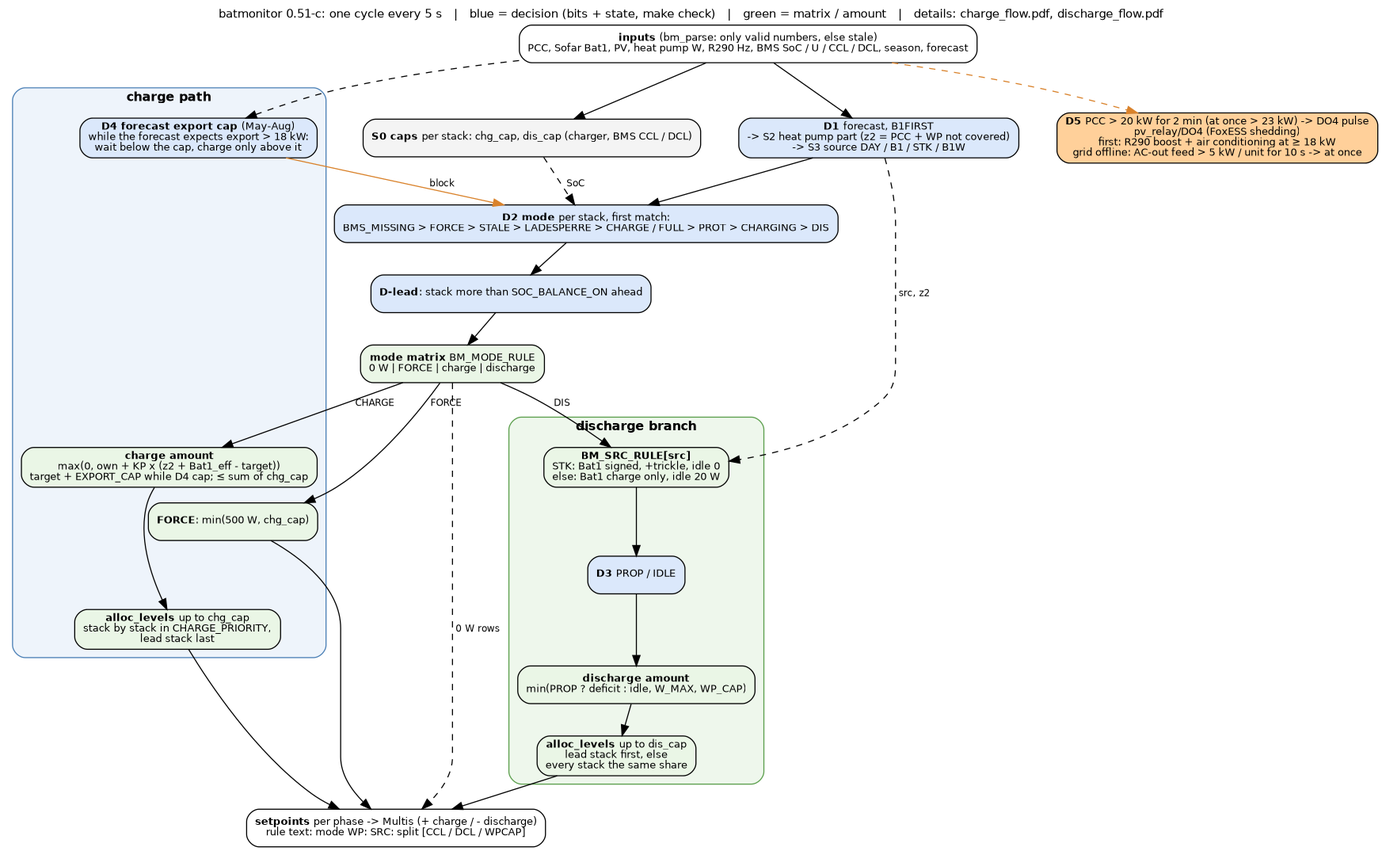
This is docs/control_flow.png from gerontec/victron, a Graphviz export, as it was before one commit. Its source is kept beside it as docs/control_flow.dot.
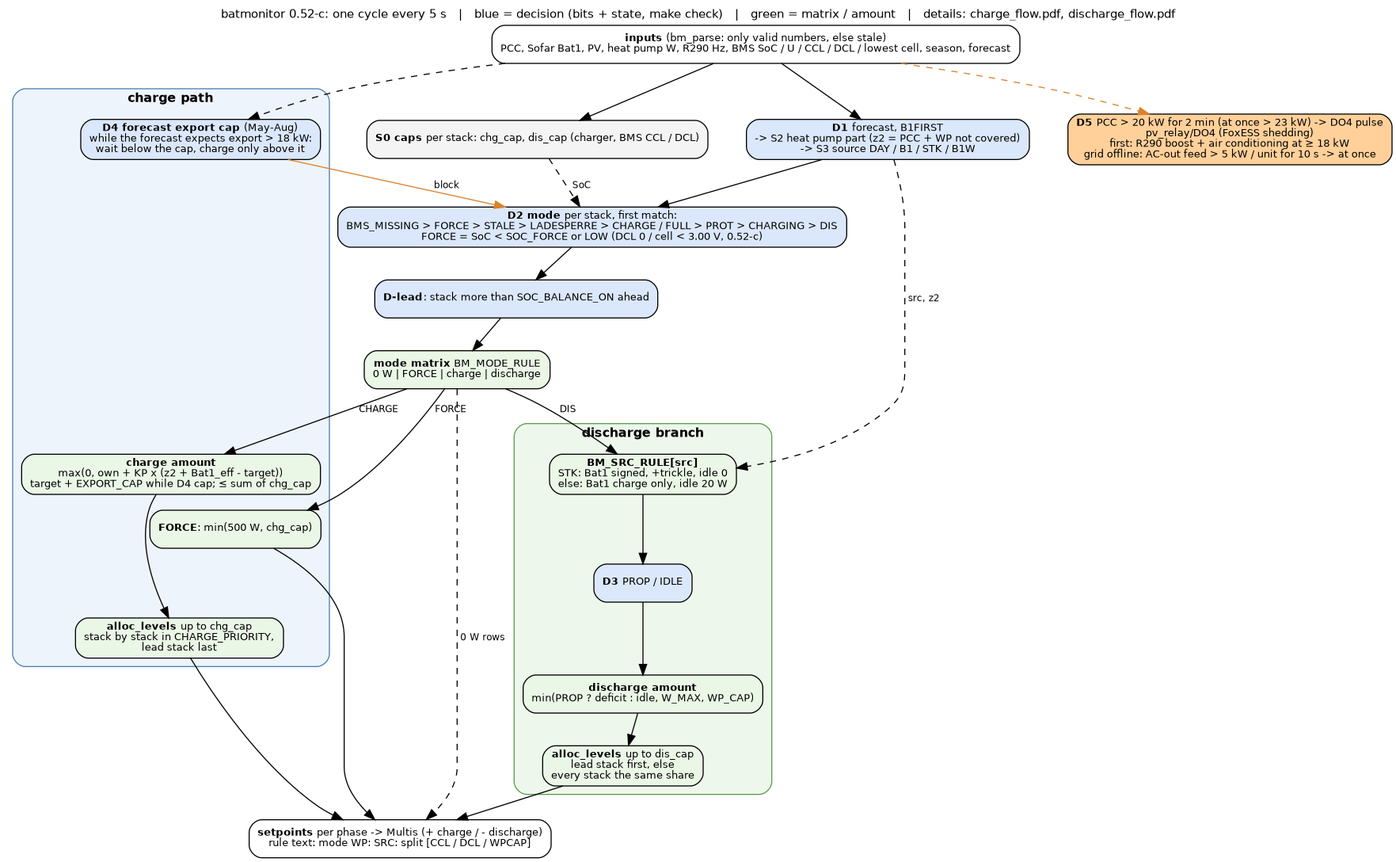
Above is the later version.

Commit message:
docs: flow charts for batmonitor 0.52-c - lowest cell input, D2 state low, FORCE = SoC force or LOW (DCL 0 / cell < 3.00 V, release DCL back and cell >= 3.25 V)

Diff of the diagram source:
```diff
@@ -1,14 +1,14 @@
 digraph control {
 	graph [rankdir=TB, fontname="Helvetica", fontsize=11, nodesep=0.5, ranksep=0.4, newrank=true,
-		   label="batmonitor 0.51-c: one cycle every 5 s   |   blue = decision (bits + state, make check)   |   green = matrix / amount   |   details: charge_flow.pdf, discharge_flow.pdf",
+		   label="batmonitor 0.52-c: one cycle every 5 s   |   blue = decision (bits + state, make check)   |   green = matrix / amount   |   details: charge_flow.pdf, discharge_flow.pdf",
 		   labelloc=t];
 	node [shape=box, style="rounded,filled", fillcolor="#f4f4f4", fontname="Helvetica", fontsize=10];
 	edge [fontname="Helvetica", fontsize=9];
 
-	in [label=<<b>inputs</b> (bm_parse: only valid numbers, else stale)<br/>PCC, Sofar Bat1, PV, heat pump W, R290 Hz, BMS SoC / U / CCL / DCL, season, forecast>, fillcolor="#ffffff"];
+	in [label=<<b>inputs</b> (bm_parse: only valid numbers, else stale)<br/>PCC, Sofar Bat1, PV, heat pump W, R290 Hz, BMS SoC / U / CCL / DCL / lowest cell, season, forecast>, fillcolor="#ffffff"];
 	d1 [label=<<b>D1</b> forecast, B1FIRST<br/>-&gt; S2 heat pump part (z2 = PCC + WP not covered)<br/>-&gt; S3 source DAY / B1 / STK / B1W>, fillcolor="#dbe8fb"];
 	gates [label=<<b>S0 caps</b> per stack: chg_cap, dis_cap (charger, BMS CCL / DCL)>];
-	d2 [label=<<b>D2 mode</b> per stack, first match:<br/>BMS_MISSING &gt; FORCE &gt; STALE &gt; LADESPERRE &gt; CHARGE / FULL &gt; PROT &gt; CHARGING &gt; DIS>, fillcolor="#dbe8fb"];
+	d2 [label=<<b>D2 mode</b> per stack, first match:<br/>BMS_MISSING &gt; FORCE &gt; STALE &gt; LADESPERRE &gt; CHARGE / FULL &gt; PROT &gt; CHARGING &gt; DIS<br/>FORCE = SoC &lt; SOC_FORCE or LOW (DCL 0 / cell &lt; 3.00 V, 0.52-c)>, fillcolor="#dbe8fb"];
 	lead [label=<<b>D-lead</b>: stack more than SOC_BALANCE_ON ahead>, fillcolor="#dbe8fb"];
 	mode [label=<<b>mode matrix</b> BM_MODE_RULE<br/>0 W | FORCE | charge | discharge>, fillcolor="#eaf6e6", shape=box];
 
```
